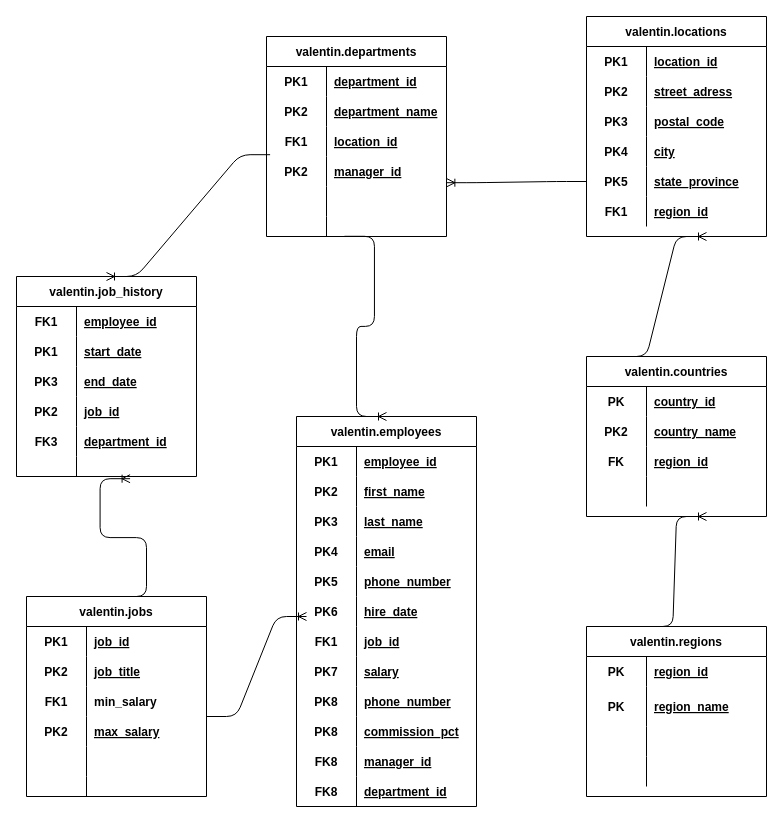
ValentinG1/Lab7-420-121-VA-Valentin keeps this draw.io diagram as Untitled Diagram.drawio. Above is the earlier version. Source tidied: cells renumbered, new cells numbered last; positions are measured from the earlier drawing's top-left corner, leaving out a move shared by most shapes. Both pictures are drawn from the tidied source at 100%, with x=0, y=0 at pixel (16, 16).
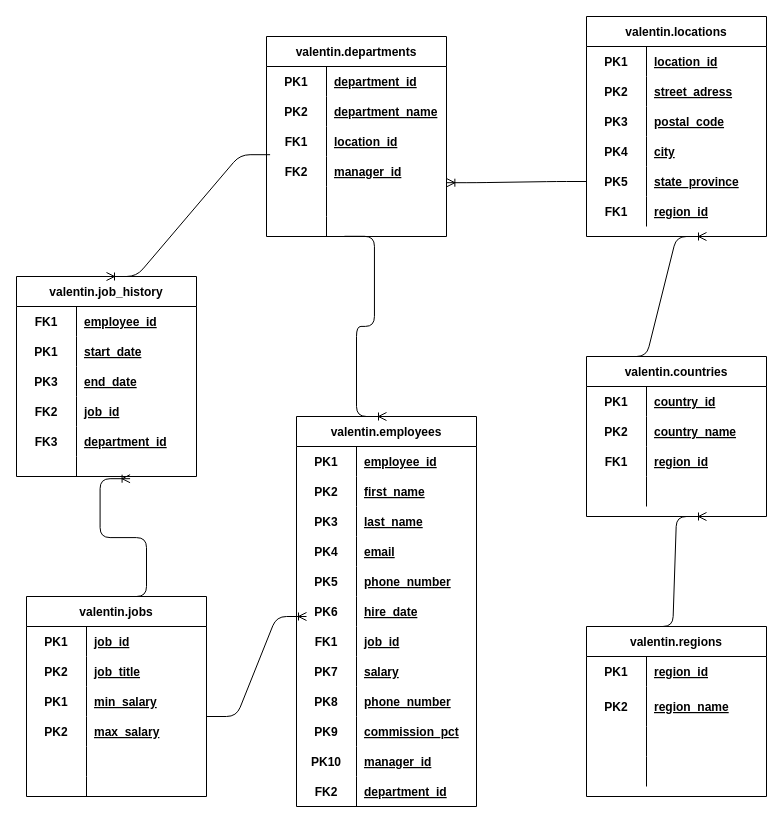
Above is the later version.

Commit message:
corrected some errors

Unchanged cells that the change refers to:
```xml
<mxCell id="3" style="shape=partialRectangle;fillColor=none;top=0;left=0;bottom=0;right=0;" parent="2" vertex="1">
  <mxGeometry y="30" width="180" height="30" as="geometry" />
</mxCell>
<mxCell id="6" style="shape=partialRectangle;fillColor=none;top=0;left=0;bottom=1;right=0;strokeColor=none;" parent="2" vertex="1">
  <mxGeometry y="60" width="180" height="40" as="geometry" />
</mxCell>
<mxCell id="16" style="shape=partialRectangle;fillColor=none;top=0;left=0;bottom=0;right=0;" parent="15" vertex="1">
  <mxGeometry y="30" width="180" height="30" as="geometry" />
</mxCell>
<mxCell id="22" style="shape=partialRectangle;fillColor=none;top=0;left=0;bottom=0;right=0;" parent="15" vertex="1">
  <mxGeometry y="90" width="180" height="30" as="geometry" />
</mxCell>
<mxCell id="58" style="shape=partialRectangle;fillColor=none;top=0;left=0;bottom=1;right=0;points=[[0,0.5],[1,0.5]];portConstraint=eastwest;strokeColor=none;" parent="48" vertex="1">
  <mxGeometry y="120" width="180" height="30" as="geometry" />
</mxCell>
<mxCell id="95" style="shape=partialRectangle;fillColor=none;top=0;left=0;bottom=0;right=0;strokeColor=none;" parent="67" vertex="1">
  <mxGeometry y="300" width="180" height="30" as="geometry" />
</mxCell>
<mxCell id="98" style="shape=partialRectangle;fillColor=none;top=0;left=0;bottom=0;right=0;strokeColor=none;" parent="67" vertex="1">
  <mxGeometry y="330" width="180" height="30" as="geometry" />
</mxCell>
<mxCell id="101" style="shape=partialRectangle;fillColor=none;top=0;left=0;bottom=0;right=0;strokeColor=none;" parent="67" vertex="1">
  <mxGeometry y="360" width="180" height="30" as="geometry" />
</mxCell>
<mxCell id="114" style="shape=partialRectangle;fillColor=none;top=0;left=0;bottom=1;right=0;strokeColor=none;" parent="104" vertex="1">
  <mxGeometry y="120" width="180" height="30" as="geometry" />
</mxCell>
<mxCell id="130" style="shape=partialRectangle;fillColor=none;top=0;left=0;bottom=0;right=0;" parent="123" vertex="1">
  <mxGeometry y="90" width="180" height="30" as="geometry" />
</mxCell>
```

Diff of the diagram source:
```diff
@@
-    <mxCell id="4" value="PK" style="shape=partialRectangle;fillColor=none;top=0;left=0;bottom=0;right=0;fontStyle=1;overflow=hidden;" parent="3" vertex="1">
+    <mxCell id="4" value="PK1" style="shape=partialRectangle;fillColor=none;top=0;left=0;bottom=0;right=0;fontStyle=1;overflow=hidden;" parent="3" vertex="1">
       <mxGeometry width="60" height="30" as="geometry" />
     </mxCell>
@@
-    <mxCell id="7" value="PK" style="shape=partialRectangle;fillColor=none;top=0;left=0;bottom=0;right=0;fontStyle=1;overflow=hidden;" parent="6" vertex="1">
+    <mxCell id="7" value="PK2" style="shape=partialRectangle;fillColor=none;top=0;left=0;bottom=0;right=0;fontStyle=1;overflow=hidden;" parent="6" vertex="1">
       <mxGeometry width="60" height="40" as="geometry" />
     </mxCell>
@@
-    <mxCell id="17" value="PK" style="shape=partialRectangle;fillColor=none;top=0;left=0;bottom=0;right=0;fontStyle=1;overflow=hidden;" parent="16" vertex="1">
+    <mxCell id="17" value="PK1" style="shape=partialRectangle;fillColor=none;top=0;left=0;bottom=0;right=0;fontStyle=1;overflow=hidden;" parent="16" vertex="1">
       <mxGeometry width="60" height="30" as="geometry" />
     </mxCell>
@@
-    <mxCell id="23" value="FK" style="shape=partialRectangle;fillColor=none;top=0;left=0;bottom=0;right=0;overflow=hidden;fontStyle=1;" parent="22" vertex="1">
+    <mxCell id="23" value="FK1" style="shape=partialRectangle;fillColor=none;top=0;left=0;bottom=0;right=0;overflow=hidden;fontStyle=1;" parent="22" vertex="1">
       <mxGeometry width="60" height="30" as="geometry" />
     </mxCell>
@@
-    <mxCell id="59" value="PK2" style="shape=partialRectangle;fillColor=none;top=0;left=0;bottom=0;right=0;fontStyle=1;overflow=hidden;" parent="58" vertex="1">
+    <mxCell id="59" value="FK2" style="shape=partialRectangle;fillColor=none;top=0;left=0;bottom=0;right=0;fontStyle=1;overflow=hidden;" parent="58" vertex="1">
       <mxGeometry width="60" height="30" as="geometry" />
     </mxCell>
@@
-    <mxCell id="96" value="PK8" style="shape=partialRectangle;fillColor=none;top=0;left=0;bottom=0;right=0;overflow=hidden;fontStyle=1;" parent="95" vertex="1">
+    <mxCell id="96" value="PK9" style="shape=partialRectangle;fillColor=none;top=0;left=0;bottom=0;right=0;overflow=hidden;fontStyle=1;" parent="95" vertex="1">
       <mxGeometry width="60" height="30" as="geometry" />
     </mxCell>
@@
-    <mxCell id="99" value="FK8" style="shape=partialRectangle;fillColor=none;top=0;left=0;bottom=0;right=0;overflow=hidden;fontStyle=1;" parent="98" vertex="1">
+    <mxCell id="99" value="PK10" style="shape=partialRectangle;fillColor=none;top=0;left=0;bottom=0;right=0;overflow=hidden;fontStyle=1;" parent="98" vertex="1">
       <mxGeometry width="60" height="30" as="geometry" />
     </mxCell>
@@
-    <mxCell id="102" value="FK8" style="shape=partialRectangle;fillColor=none;top=0;left=0;bottom=0;right=0;overflow=hidden;fontStyle=1;" parent="101" vertex="1">
+    <mxCell id="102" value="FK2" style="shape=partialRectangle;fillColor=none;top=0;left=0;bottom=0;right=0;overflow=hidden;fontStyle=1;" parent="101" vertex="1">
       <mxGeometry width="60" height="30" as="geometry" />
     </mxCell>
@@
-    <mxCell id="115" value="PK2" style="shape=partialRectangle;fillColor=none;top=0;left=0;bottom=0;right=0;fontStyle=1;overflow=hidden;" parent="114" vertex="1">
+    <mxCell id="115" value="FK2" style="shape=partialRectangle;fillColor=none;top=0;left=0;bottom=0;right=0;fontStyle=1;overflow=hidden;" parent="114" vertex="1">
       <mxGeometry width="60" height="30" as="geometry" />
     </mxCell>
@@
-    <mxCell id="131" value="FK1" style="shape=partialRectangle;fillColor=none;top=0;left=0;bottom=0;right=0;overflow=hidden;fontStyle=1;" parent="130" vertex="1">
+    <mxCell id="131" value="PK1" style="shape=partialRectangle;fillColor=none;top=0;left=0;bottom=0;right=0;overflow=hidden;fontStyle=1;" parent="130" vertex="1">
       <mxGeometry width="60" height="30" as="geometry" />
     </mxCell>
-    <mxCell id="132" value="min_salary" style="shape=partialRectangle;fillColor=none;top=0;left=0;bottom=0;right=0;align=left;spacingLeft=6;overflow=hidden;fontStyle=1;" parent="130" vertex="1">
+    <mxCell id="132" value="min_salary" style="shape=partialRectangle;fillColor=none;top=0;left=0;bottom=0;right=0;align=left;spacingLeft=6;overflow=hidden;fontStyle=5;" parent="130" vertex="1">
       <mxGeometry x="60" width="120" height="30" as="geometry" />
     </mxCell>
```
